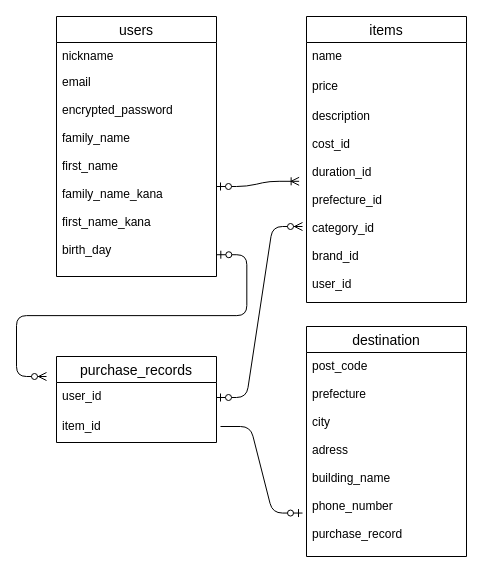
This is test.dio from shinobum10/furima-36695, a draw.io file, before an edit. Source tidied: cells renumbered, new cells numbered last; positions are measured from the earlier drawing's top-left corner, leaving out a move shared by most shapes. Both pictures are drawn from the tidied source at 100%, with x=0, y=0 at pixel (46, 16).
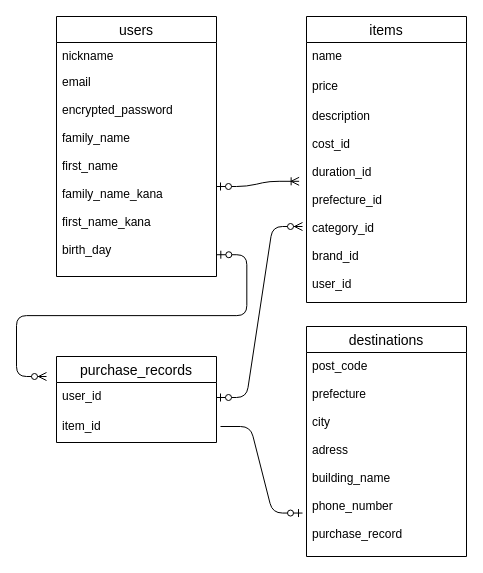
The same page after the edit.

Commit message (it also covers changes not shown here):
データベース設計の修正

What changed in the source:
```diff
@@
-    <mxCell id="10" value="destination" style="swimlane;fontStyle=0;horizontal=1;startSize=26;align=center;fontSize=14;" parent="1" vertex="1">
+    <mxCell id="10" value="destinations" style="swimlane;fontStyle=0;horizontal=1;startSize=26;align=center;fontSize=14;" parent="1" vertex="1">
       <mxGeometry x="260" y="310" width="160" height="230" as="geometry" />
     </mxCell>
```
